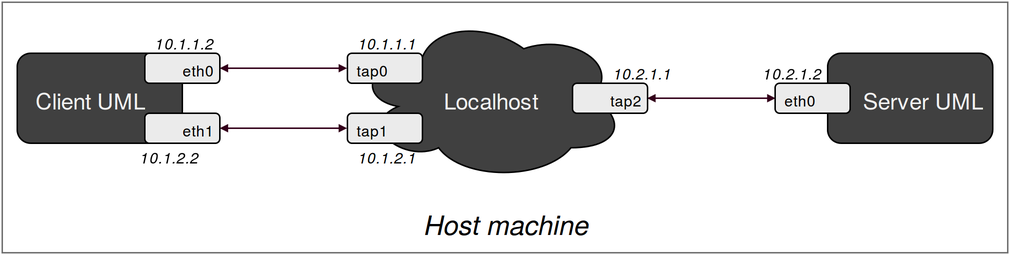
Above: images/Network_Scenario.png in fabriziodemaria/MPTCP_Security (draw.io), before the change. Source tidied: cells renumbered, new cells last; positions are measured from the earlier drawing's top-left corner, leaving out a move shared by most shapes.
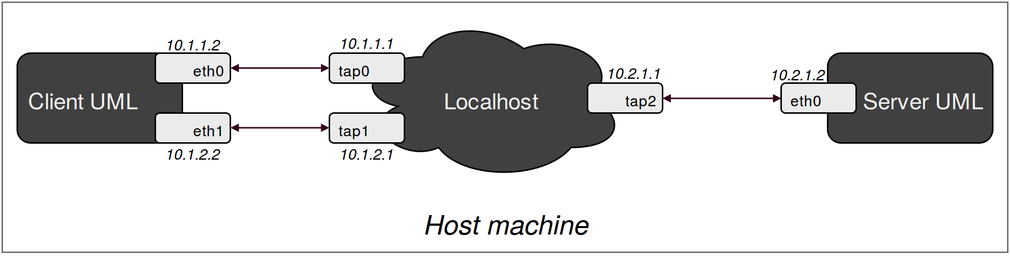
The same diagram one commit later.

The edit, as a diff of the source:
```diff
@@ -8,59 +8,59 @@
     <mxCell id="3" value="Localhost" style="ellipse;shape=cloud;whiteSpace=wrap;html=1;rounded=1;shadow=0;strokeColor=#000000;fillColor=#404040;gradientColor=none;fontSize=15;fontColor=#F2F2F2;align=center;" parent="1" vertex="1">
       <mxGeometry x="235" y="9" width="180" height="110" as="geometry" />
     </mxCell>
-    <mxCell id="4" value="Client UML&lt;br&gt;" style="whiteSpace=wrap;html=1;rounded=1;shadow=0;strokeColor=#000000;fillColor=#404040;gradientColor=none;fontSize=15;fontColor=#F2F2F2;align=center;verticalAlign=middle;spacingRight=15;" parent="1" vertex="1">
+    <mxCell id="4" value="Client UML&lt;br&gt;" style="whiteSpace=wrap;html=1;rounded=1;shadow=0;strokeColor=#000000;fillColor=#404040;gradientColor=none;fontSize=15;fontColor=#F2F2F2;align=center;verticalAlign=middle;spacingRight=25;spacingLeft=0;" parent="1" vertex="1">
       <mxGeometry x="10" y="34" width="110" height="60" as="geometry" />
     </mxCell>
     <mxCell id="5" style="edgeStyle=none;html=1;exitX=1;exitY=0.5;entryX=0;entryY=0.5;shadow=0;startArrow=block;startFill=1;startSize=3;endArrow=block;endFill=1;endSize=3;jettySize=auto;strokeColor=#33001A;strokeWidth=1;fillColor=#000000;fontSize=8;fontColor=#000000;" parent="1" edge="1" source="6" target="7">
       <mxGeometry relative="1" as="geometry" />
     </mxCell>
-    <mxCell id="6" value="eth1" style="whiteSpace=wrap;html=1;rounded=1;shadow=0;glass=0;strokeColor=#000000;strokeWidth=1;fillColor=#EBEBEB;gradientColor=none;fontSize=10;fontColor=#000000;align=right;spacingRight=3;" parent="1" vertex="1">
-      <mxGeometry x="95" y="74" width="50" height="20" as="geometry" />
+    <mxCell id="6" value="tap2" style="whiteSpace=wrap;html=1;rounded=1;shadow=0;glass=0;strokeColor=#000000;strokeWidth=1;fillColor=#EBEBEB;gradientColor=none;fontSize=10;fontColor=#000000;align=right;spacingRight=3;" parent="1" vertex="1">
+      <mxGeometry x="390" y="54" width="50" height="20" as="geometry" />
     </mxCell>
-    <mxCell id="7" value="tap1" style="whiteSpace=wrap;html=1;rounded=1;shadow=0;glass=0;strokeColor=#000000;strokeWidth=1;fillColor=#EBEBEB;gradientColor=none;fontSize=10;fontColor=#000000;align=left;spacingLeft=3;" parent="1" vertex="1">
-      <mxGeometry x="230" y="74" width="50" height="20" as="geometry" />
-    </mxCell>
+    <mxCell id="13" value="Server UML&lt;br&gt;" style="whiteSpace=wrap;html=1;rounded=1;shadow=0;strokeColor=#000000;fillColor=#404040;gradientColor=none;fontSize=15;fontColor=#F2F2F2;align=center;verticalAlign=middle;spacingLeft=15;" parent="1" vertex="1">
+      <mxGeometry x="550" y="34" width="110" height="60" as="geometry" />
+    </mxCell>
+    <mxCell id="21" value="Host machine&lt;br&gt;" style="text;html=1;align=center;verticalAlign=middle;spacingTop=-4;fontSize=18;fontColor=#000000;fontStyle=2;" parent="1" vertex="1">
+      <mxGeometry x="295" y="144" width="80" height="10" as="geometry" />
+    </mxCell>
+    <mxCell id="19" value="10.2.1.1" style="text;align=center;verticalAlign=middle;spacingTop=0;fontSize=10;fontColor=#000000;fontStyle=2;" parent="1" vertex="1">
+      <mxGeometry x="396" y="38" width="50" height="20" as="geometry" />
+    </mxCell>
+    <mxCell id="20" value="10.2.1.2" style="text;align=center;verticalAlign=middle;spacingTop=0;fontSize=10;fontColor=#000000;fontStyle=2;" parent="1" vertex="1">
+      <mxGeometry x="505" y="39" width="50" height="20" as="geometry" />
+    </mxCell>
+    <mxCell id="22" style="edgeStyle=none;html=1;exitX=1;exitY=0.5;entryX=0;entryY=0.5;shadow=0;startArrow=block;startFill=1;startSize=3;endArrow=block;endFill=1;endSize=3;jettySize=auto;strokeColor=#33001A;strokeWidth=1;fillColor=#000000;fontSize=8;fontColor=#000000;" parent="1" edge="1" source="23" target="24">
+      <mxGeometry x="201.9" y="330" as="geometry" />
+    </mxCell>
+    <mxCell id="23" value="eth1" style="whiteSpace=wrap;html=1;rounded=1;shadow=0;glass=0;strokeColor=#000000;strokeWidth=1;fillColor=#EBEBEB;gradientColor=none;fontSize=10;fontColor=#000000;align=right;spacingRight=3;" parent="1" vertex="1">
+      <mxGeometry x="102" y="74" width="50" height="20" as="geometry" />
+    </mxCell>
+    <mxCell id="24" value="tap1" style="whiteSpace=wrap;html=1;rounded=1;shadow=0;glass=0;strokeColor=#000000;strokeWidth=1;fillColor=#EBEBEB;gradientColor=none;fontSize=10;fontColor=#000000;align=left;spacingLeft=3;" parent="1" vertex="1">
+      <mxGeometry x="218" y="74" width="50" height="20" as="geometry" />
+    </mxCell>
     <mxCell id="8" style="edgeStyle=none;html=1;exitX=1;exitY=0.5;entryX=0;entryY=0.5;shadow=0;startArrow=block;startFill=1;startSize=3;endArrow=block;endFill=1;endSize=3;jettySize=auto;strokeColor=#33001A;strokeWidth=1;fillColor=#000000;fontSize=8;fontColor=#000000;" parent="1" edge="1" source="9" target="10">
-      <mxGeometry x="195" y="290" as="geometry" />
+      <mxGeometry x="202" y="290" as="geometry" />
     </mxCell>
     <mxCell id="9" value="eth0" style="whiteSpace=wrap;html=1;rounded=1;shadow=0;glass=0;strokeColor=#000000;strokeWidth=1;fillColor=#EBEBEB;gradientColor=none;fontSize=10;fontColor=#000000;align=right;spacingRight=3;" parent="1" vertex="1">
-      <mxGeometry x="95" y="34" width="50" height="20" as="geometry" />
+      <mxGeometry x="102" y="34" width="50" height="20" as="geometry" />
     </mxCell>
     <mxCell id="10" value="tap0" style="whiteSpace=wrap;html=1;rounded=1;shadow=0;glass=0;strokeColor=#000000;strokeWidth=1;fillColor=#EBEBEB;gradientColor=none;fontSize=10;fontColor=#000000;align=left;spacingLeft=3;" parent="1" vertex="1">
-      <mxGeometry x="230" y="34" width="50" height="20" as="geometry" />
+      <mxGeometry x="218" y="34" width="50" height="20" as="geometry" />
     </mxCell>
-    <mxCell id="11" style="edgeStyle=none;html=1;exitX=1;exitY=0.5;entryX=0;entryY=0.5;shadow=0;startArrow=block;startFill=1;startSize=3;endArrow=block;endFill=1;endSize=3;jettySize=auto;strokeColor=#33001A;strokeWidth=1;fillColor=#000000;fontSize=8;fontColor=#000000;" parent="1" edge="1" source="12" target="14">
-      <mxGeometry x="480" y="310" as="geometry" />
-    </mxCell>
-    <mxCell id="12" value="tap2" style="whiteSpace=wrap;html=1;rounded=1;shadow=0;glass=0;strokeColor=#000000;strokeWidth=1;fillColor=#EBEBEB;gradientColor=none;fontSize=10;fontColor=#000000;align=right;spacingRight=3;" parent="1" vertex="1">
-      <mxGeometry x="380" y="54" width="50" height="20" as="geometry" />
-    </mxCell>
-    <mxCell id="13" value="Server UML&lt;br&gt;" style="whiteSpace=wrap;html=1;rounded=1;shadow=0;strokeColor=#000000;fillColor=#404040;gradientColor=none;fontSize=15;fontColor=#F2F2F2;align=center;verticalAlign=middle;spacingLeft=15;" parent="1" vertex="1">
-      <mxGeometry x="550" y="34" width="110" height="60" as="geometry" />
-    </mxCell>
-    <mxCell id="14" value="eth0" style="whiteSpace=wrap;html=1;rounded=1;shadow=0;glass=0;strokeColor=#000000;strokeWidth=1;fillColor=#EBEBEB;gradientColor=none;fontSize=10;fontColor=#000000;align=left;spacingLeft=3;" parent="1" vertex="1">
-      <mxGeometry x="515" y="54" width="50" height="20" as="geometry" />
-    </mxCell>
-    <mxCell id="15" value="10.1.1.2" style="text;html=1;align=center;verticalAlign=bottom;spacingTop=-4;fontSize=10;fontColor=#000000;fontStyle=2;" parent="1" vertex="1">
-      <mxGeometry x="85" y="14" width="70" height="20" as="geometry" />
+    <mxCell id="15" value="10.1.1.2" style="text;align=center;verticalAlign=middle;spacingTop=0;fontSize=10;fontColor=#000000;fontStyle=2;" parent="1" vertex="1">
+      <mxGeometry x="102" y="19" width="50" height="20" as="geometry" />
     </mxCell>
-    <mxCell id="16" value="10.1.2.2" style="text;html=1;align=center;verticalAlign=top;spacingTop=-4;fontSize=10;fontColor=#000000;fontStyle=2;" parent="1" vertex="1">
-      <mxGeometry x="85" y="94" width="50" height="10" as="geometry" />
+    <mxCell id="16" value="10.1.2.2" style="text;align=center;verticalAlign=middle;spacingTop=0;fontSize=10;fontColor=#000000;fontStyle=2;" parent="1" vertex="1">
+      <mxGeometry x="102" y="92" width="50" height="20" as="geometry" />
     </mxCell>
-    <mxCell id="17" value="10.1.2.1" style="text;html=1;align=center;verticalAlign=top;spacingTop=-4;fontSize=10;fontColor=#000000;fontStyle=2;" parent="1" vertex="1">
-      <mxGeometry x="230" y="94" width="50" height="10" as="geometry" />
+    <mxCell id="17" value="10.1.2.1" style="text;align=center;verticalAlign=middle;spacingTop=0;fontSize=10;fontColor=#000000;fontStyle=2;" parent="1" vertex="1">
+      <mxGeometry x="218" y="92" width="50" height="20" as="geometry" />
     </mxCell>
-    <mxCell id="18" value="10.1.1.1" style="text;html=1;align=center;verticalAlign=bottom;spacingTop=-4;fontSize=10;fontColor=#000000;fontStyle=2;" parent="1" vertex="1">
-      <mxGeometry x="230" y="24" width="50" height="10" as="geometry" />
+    <mxCell id="18" value="10.1.1.1" style="text;align=center;verticalAlign=middle;spacingTop=0;fontSize=10;fontColor=#000000;fontStyle=2;" parent="1" vertex="1">
+      <mxGeometry x="218" y="18" width="50" height="20" as="geometry" />
     </mxCell>
-    <mxCell id="19" value="10.2.1.1" style="text;html=1;align=center;verticalAlign=bottom;spacingTop=-4;fontSize=10;fontColor=#000000;fontStyle=2;" parent="1" vertex="1">
-      <mxGeometry x="400" y="44" width="50" height="10" as="geometry" />
-    </mxCell>
-    <mxCell id="20" value="10.2.1.2" style="text;html=1;align=center;verticalAlign=bottom;spacingTop=-4;fontSize=10;fontColor=#000000;fontStyle=2;" parent="1" vertex="1">
-      <mxGeometry x="500" y="44" width="50" height="10" as="geometry" />
-    </mxCell>
-    <mxCell id="21" value="Host machine&lt;br&gt;" style="text;html=1;align=center;verticalAlign=middle;spacingTop=-4;fontSize=18;fontColor=#000000;fontStyle=2;" parent="1" vertex="1">
-      <mxGeometry x="295" y="144" width="80" height="10" as="geometry" />
-    </mxCell>
+    <mxCell id="7" value="eth0" style="whiteSpace=wrap;html=1;rounded=1;shadow=0;glass=0;strokeColor=#000000;strokeWidth=1;fillColor=#EBEBEB;gradientColor=none;fontSize=10;fontColor=#000000;align=left;spacingLeft=3;" parent="1" vertex="1">
+      <mxGeometry x="519" y="54" width="50" height="20" as="geometry" />
+    </mxCell>
   </root>
 </mxGraphModel>
```
